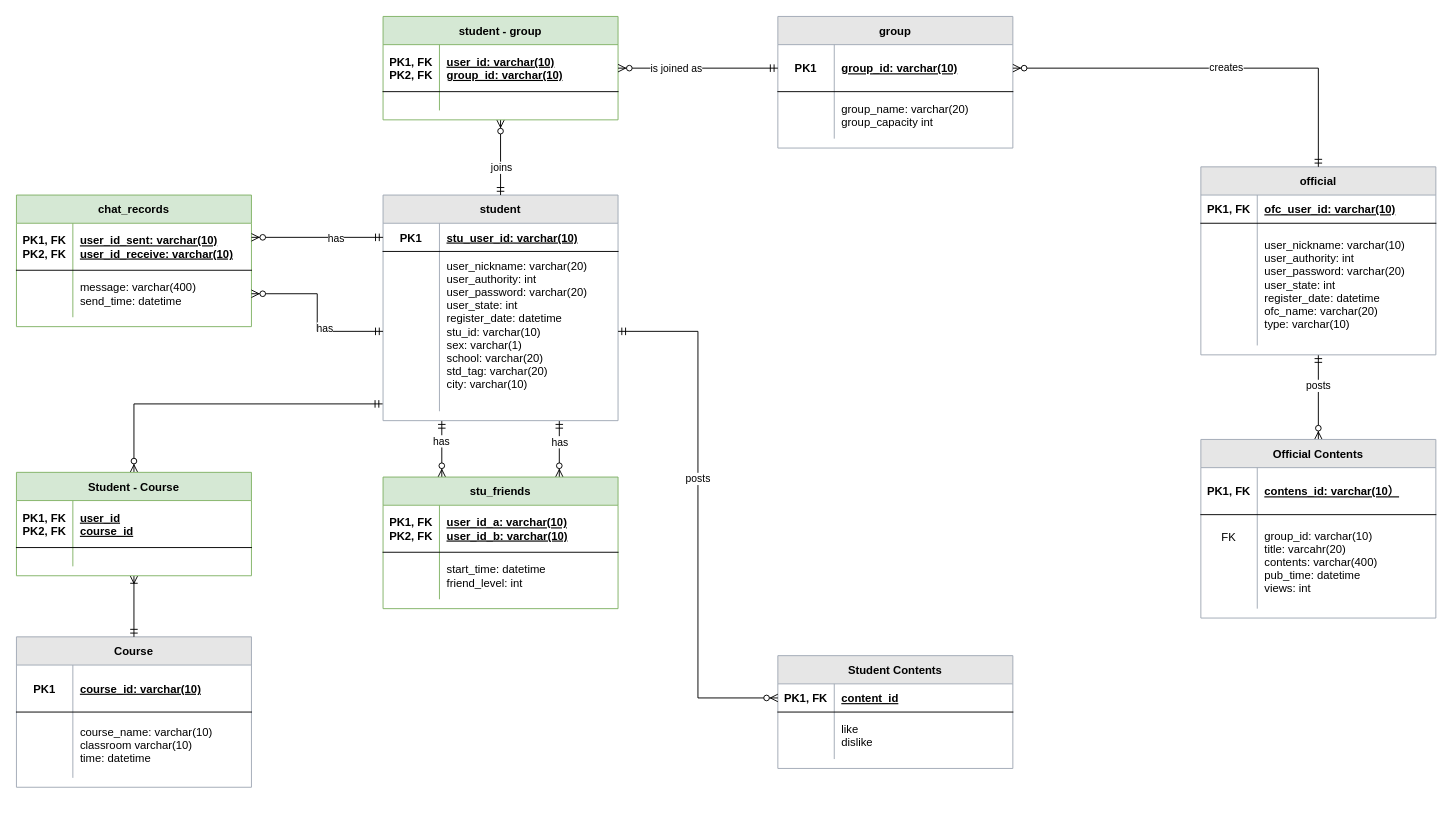
The draw.io diagram Database Schema Diagram.drawio in LeoHolmes416/Code-Symphony, before the edit. Source tidied: cells renumbered, new cells numbered last; positions are measured from the earlier drawing's top-left corner, leaving out a move shared by most shapes. Both pictures are drawn from the tidied source at 94%, with x=0, y=0 at pixel (16, 16).
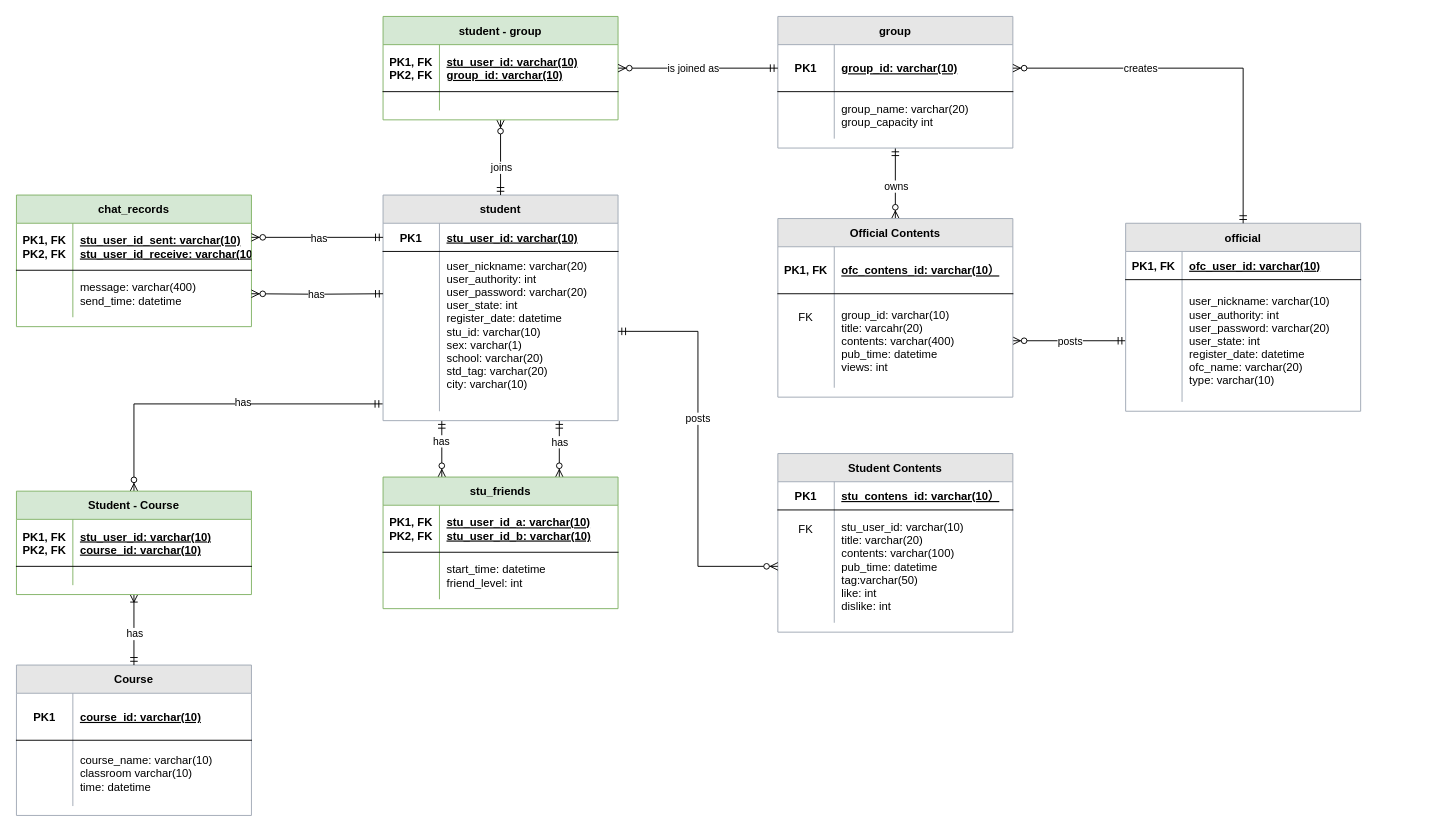
The same page after the edit.

The change refers to these unchanged cells:
```xml
<mxCell id="10" style="shape=partialRectangle;fillColor=none;points=[[0,0.5],[1,0.5]];portConstraint=eastwest;top=0;left=0;right=0;bottom=0;" parent="6" vertex="1">
  <mxGeometry y="60" width="250" height="170" as="geometry" />
</mxCell>
<mxCell id="19" style="shape=partialRectangle;fillColor=none;points=[[0,0.5],[1,0.5]];portConstraint=eastwest;top=0;left=0;right=0;bottom=0;" parent="15" vertex="1">
  <mxGeometry y="60" width="250" height="130" as="geometry" />
</mxCell>
<mxCell id="23" style="shape=partialRectangle;fillColor=none;top=0;left=0;right=0;bottom=1;" parent="22" vertex="1">
  <mxGeometry y="30" width="250" height="50" as="geometry" />
</mxCell>
<mxCell id="29" value="group" style="shape=table;startSize=30;childLayout=tableLayout;rowLines=0;fontStyle=1;align=center;swimlaneFillColor=#ffffff;strokeColor=#A0A9B5;fillColor=#E6E6E6;" parent="1" vertex="1">
  <mxGeometry x="810" width="250" height="140" as="geometry" />
</mxCell>
<mxCell id="37" style="shape=partialRectangle;fillColor=none;points=[[0,0.5],[1,0.5]];portConstraint=eastwest;top=0;left=0;right=0;bottom=1;" parent="36" vertex="1">
  <mxGeometry y="30" width="250" height="30" as="geometry" />
</mxCell>
<mxCell id="44" style="shape=partialRectangle;fillColor=none;top=0;left=0;right=0;bottom=1;" parent="43" vertex="1">
  <mxGeometry y="30" width="250" height="50" as="geometry" />
</mxCell>
<mxCell id="47" style="shape=partialRectangle;fillColor=none;points=[[0,0.5],[1,0.5]];portConstraint=eastwest;top=0;left=0;right=0;bottom=0;" parent="43" vertex="1">
  <mxGeometry y="80" width="250" height="100" as="geometry" />
</mxCell>
<mxCell id="50" style="edgeStyle=orthogonalEdgeStyle;rounded=0;jettySize=auto;html=1;exitX=1;exitY=0.5;exitDx=0;exitDy=0;fontSize=11;startArrow=ERzeroToMany;startFill=1;endArrow=ERmandOne;endFill=0;" parent="1" edge="1" source="30" target="15">
  <mxGeometry relative="1" as="geometry" />
</mxCell>
<mxCell id="55" style="shape=partialRectangle;fillColor=none;points=[[0,0.5],[1,0.5]];portConstraint=eastwest;top=0;left=0;right=0;bottom=1;" parent="54" vertex="1">
  <mxGeometry y="30" width="250" height="50" as="geometry" />
</mxCell>
<mxCell id="61" style="edgeStyle=orthogonalEdgeStyle;rounded=0;jettySize=auto;html=1;exitX=0;exitY=0.5;exitDx=0;exitDy=0;fontSize=11;startArrow=ERmandOne;startFill=0;endArrow=ERzeroToMany;endFill=1;entryX=1;entryY=0.5;entryDx=0;entryDy=0;" parent="1" edge="1" source="30" target="55">
  <mxGeometry relative="1" as="geometry" />
</mxCell>
<mxCell id="64" style="shape=partialRectangle;fillColor=none;top=0;left=0;right=0;bottom=1;" parent="63" vertex="1">
  <mxGeometry y="30" width="250" height="50" as="geometry" />
</mxCell>
<mxCell id="67" style="shape=partialRectangle;fillColor=none;points=[[0,0.5],[1,0.5]];portConstraint=eastwest;top=0;left=0;right=0;bottom=0;" parent="63" vertex="1">
  <mxGeometry y="80" width="250" height="50" as="geometry" />
</mxCell>
<mxCell id="79" style="edgeStyle=orthogonalEdgeStyle;rounded=0;jettySize=auto;html=1;exitX=0;exitY=0.5;exitDx=0;exitDy=0;startArrow=ERmandOne;startFill=0;endArrow=ERzeroToMany;endFill=1;" parent="1" edge="1" source="7">
  <mxGeometry relative="1" as="geometry">
    <mxPoint x="250" y="235" as="targetPoint" />
    <Array as="points">
      <mxPoint x="250" y="235" />
    </Array>
  </mxGeometry>
</mxCell>
<mxCell id="83" style="edgeStyle=orthogonalEdgeStyle;rounded=0;jettySize=auto;html=1;exitX=0.5;exitY=0;exitDx=0;exitDy=0;entryX=-0.002;entryY=0.954;entryDx=0;entryDy=0;entryPerimeter=0;fontSize=12;startArrow=ERzeroToMany;startFill=1;endArrow=ERmandOne;endFill=0;" parent="1" edge="1" source="85" target="10">
  <mxGeometry relative="1" as="geometry" />
</mxCell>
<mxCell id="84" style="edgeStyle=orthogonalEdgeStyle;rounded=0;jettySize=auto;html=1;exitX=0.5;exitY=1;exitDx=0;exitDy=0;fontSize=12;startArrow=ERoneToMany;startFill=0;endArrow=ERmandOne;endFill=0;" parent="1" edge="1" source="85" target="70">
  <mxGeometry relative="1" as="geometry" />
</mxCell>
<mxCell id="86" style="shape=partialRectangle;fillColor=none;top=0;left=0;right=0;bottom=1;" parent="85" vertex="1">
  <mxGeometry y="30" width="250" height="50" as="geometry" />
</mxCell>
```

What changed in the source:
```diff
@@
-    <mxCell id="13" style="edgeStyle=orthogonalEdgeStyle;rounded=0;jettySize=auto;html=1;exitX=0.5;exitY=1;exitDx=0;exitDy=0;entryX=0.5;entryY=0;entryDx=0;entryDy=0;fontSize=11;startArrow=ERmandOne;startFill=0;endArrow=ERzeroToMany;endFill=1;" parent="1" edge="1" source="15" target="43">
+    <mxCell id="13" style="edgeStyle=orthogonalEdgeStyle;rounded=0;jettySize=auto;html=1;exitX=0;exitY=0.5;exitDx=0;exitDy=0;entryX=1;entryY=0.5;entryDx=0;entryDy=0;fontSize=11;startArrow=ERmandOne;startFill=0;endArrow=ERzeroToMany;endFill=1;" parent="1" edge="1" source="19" target="47">
       <mxGeometry relative="1" as="geometry" />
     </mxCell>
-    <mxCell id="14" value="posts" style="edgeLabel;html=1;align=center;verticalAlign=middle;" parent="13" vertex="1">
-      <mxGeometry x="-0.28" y="-1" relative="1" as="geometry" />
-    </mxCell>
+    <mxCell id="92" value="posts" style="edgeLabel;html=1;align=center;verticalAlign=middle;" parent="13" vertex="1">
+      <mxGeometry x="-0.11" relative="1" as="geometry">
+        <mxPoint x="-7" as="offset" />
+      </mxGeometry>
+    </mxCell>
     <mxCell id="15" value="official" style="shape=table;startSize=30;childLayout=tableLayout;rowLines=0;fontStyle=1;align=center;swimlaneFillColor=#ffffff;strokeColor=#A0A9B5;fillColor=#E6E6E6;" parent="1" vertex="1">
-      <mxGeometry x="1260" y="160" width="250" height="200" as="geometry" />
+      <mxGeometry x="1180" y="220" width="250" height="200" as="geometry" />
     </mxCell>
@@
-    <mxCell id="25" value="user_id_a: varchar(10)&#10;user_id_b: varchar(10)" style="shape=partialRectangle;overflow=hidden;fillColor=none;top=0;left=0;bottom=0;right=0;align=left;spacingLeft=6;fontStyle=5;" parent="23" vertex="1">
+    <mxCell id="25" value="stu_user_id_a: varchar(10)&#10;stu_user_id_b: varchar(10)" style="shape=partialRectangle;overflow=hidden;fillColor=none;top=0;left=0;bottom=0;right=0;align=left;spacingLeft=6;fontStyle=5;" parent="23" vertex="1">
       <mxGeometry x="60" width="190" height="50" as="geometry" />
     </mxCell>
@@
+    <mxCell id="93" style="edgeStyle=orthogonalEdgeStyle;rounded=0;jettySize=auto;html=1;exitX=0.5;exitY=1;exitDx=0;exitDy=0;entryX=0.5;entryY=0;entryDx=0;entryDy=0;startArrow=ERmandOne;startFill=0;endArrow=ERzeroToMany;endFill=1;" parent="1" edge="1" source="29" target="43">
+      <mxGeometry relative="1" as="geometry" />
+    </mxCell>
+    <mxCell id="94" value="owns" style="edgeLabel;html=1;align=center;verticalAlign=middle;" parent="93" vertex="1">
+      <mxGeometry x="-0.26" y="-2" relative="1" as="geometry">
+        <mxPoint x="2" y="12" as="offset" />
+      </mxGeometry>
+    </mxCell>
@@
     <mxCell id="36" value="Student Contents" style="shape=table;startSize=30;childLayout=tableLayout;rowLines=0;fontStyle=1;align=center;swimlaneFillColor=#ffffff;strokeColor=#A0A9B5;fillColor=#E6E6E6;" parent="1" vertex="1">
-      <mxGeometry x="810" y="680" width="250" height="120" as="geometry" />
+      <mxGeometry x="810" y="465" width="250" height="190" as="geometry" />
     </mxCell>
@@
-    <mxCell id="38" value="PK1, FK" style="shape=partialRectangle;overflow=hidden;fillColor=none;top=0;left=0;bottom=0;right=0;fontStyle=1;" parent="37" vertex="1">
+    <mxCell id="38" value="PK1" style="shape=partialRectangle;overflow=hidden;fillColor=none;top=0;left=0;bottom=0;right=0;fontStyle=1;" parent="37" vertex="1">
       <mxGeometry width="60" height="30" as="geometry" />
     </mxCell>
-    <mxCell id="39" value="content_id" style="shape=partialRectangle;overflow=hidden;fillColor=none;top=0;left=0;bottom=0;right=0;align=left;spacingLeft=6;fontStyle=5;" parent="37" vertex="1">
+    <mxCell id="39" value="stu_contens_id: varchar(10）" style="shape=partialRectangle;overflow=hidden;fillColor=none;top=0;left=0;bottom=0;right=0;align=left;spacingLeft=6;fontStyle=5;" parent="37" vertex="1">
       <mxGeometry x="60" width="190" height="30" as="geometry" />
     </mxCell>
     <mxCell id="40" style="shape=partialRectangle;fillColor=none;points=[[0,0.5],[1,0.5]];portConstraint=eastwest;top=0;left=0;right=0;bottom=0;" parent="36" vertex="1">
-      <mxGeometry y="60" width="250" height="50" as="geometry" />
+      <mxGeometry y="60" width="250" height="120" as="geometry" />
     </mxCell>
-    <mxCell id="41" style="shape=partialRectangle;overflow=hidden;fillColor=none;top=0;left=0;bottom=0;right=0;" parent="40" vertex="1">
-      <mxGeometry width="60" height="50" as="geometry" />
+    <mxCell id="41" value="FK" style="shape=partialRectangle;overflow=hidden;fillColor=none;top=0;left=0;bottom=0;right=0;spacingTop=-79;" parent="40" vertex="1">
+      <mxGeometry width="60" height="120" as="geometry" />
     </mxCell>
-    <mxCell id="42" value="like&#10;dislike" style="shape=partialRectangle;overflow=hidden;fillColor=none;top=0;left=0;bottom=0;right=0;align=left;spacingLeft=6;" parent="40" vertex="1">
-      <mxGeometry x="60" width="190" height="50" as="geometry" />
+    <mxCell id="42" value="stu_user_id: varchar(10)&#10;title: varchar(20)&#10;contents: varchar(100)&#10;pub_time: datetime&#10;tag:varchar(50)&#10;like: int&#10;dislike: int" style="shape=partialRectangle;overflow=hidden;fillColor=none;top=0;left=0;bottom=0;right=0;align=left;spacingLeft=6;" parent="40" vertex="1">
+      <mxGeometry x="60" width="190" height="120" as="geometry" />
     </mxCell>
     <mxCell id="43" value="Official Contents" style="shape=table;startSize=30;childLayout=tableLayout;rowLines=0;fontStyle=1;align=center;swimlaneFillColor=#ffffff;strokeColor=#A0A9B5;fillColor=#E6E6E6;" parent="1" vertex="1">
-      <mxGeometry x="1260" y="450" width="250" height="190" as="geometry" />
+      <mxGeometry x="810" y="215" width="250" height="190" as="geometry" />
     </mxCell>
@@
-    <mxCell id="46" value="contens_id: varchar(10）" style="shape=partialRectangle;overflow=hidden;fillColor=none;top=0;left=0;bottom=0;right=0;align=left;spacingLeft=6;fontStyle=5;" parent="44" vertex="1">
+    <mxCell id="46" value="ofc_contens_id: varchar(10）" style="shape=partialRectangle;overflow=hidden;fillColor=none;top=0;left=0;bottom=0;right=0;align=left;spacingLeft=6;fontStyle=5;" parent="44" vertex="1">
       <mxGeometry x="60" width="190" height="50" as="geometry" />
     </mxCell>
@@
-    <mxCell id="48" value="FK" style="shape=partialRectangle;overflow=hidden;fillColor=none;top=0;left=0;bottom=0;right=0;verticalAlign=top;spacingTop=10;" parent="47" vertex="1">
+    <mxCell id="48" value="FK" style="shape=partialRectangle;overflow=hidden;fillColor=none;top=0;left=0;bottom=0;right=0;verticalAlign=top;spacingTop=11;" parent="47" vertex="1">
       <mxGeometry width="60" height="100" as="geometry" />
     </mxCell>
@@
     <mxCell id="51" value="creates" style="edgeLabel;html=1;align=center;verticalAlign=middle;" parent="50" vertex="1">
-      <mxGeometry x="0.05" y="1" relative="1" as="geometry" />
+      <mxGeometry x="0.05" y="1" relative="1" as="geometry">
+        <mxPoint x="-80" y="1" as="offset" />
+      </mxGeometry>
     </mxCell>
@@
-    <mxCell id="57" value="user_id: varchar(10)&#10;group_id: varchar(10)" style="shape=partialRectangle;overflow=hidden;fillColor=none;top=0;left=0;bottom=0;right=0;align=left;spacingLeft=6;fontStyle=5;" parent="55" vertex="1">
+    <mxCell id="57" value="stu_user_id: varchar(10)&#10;group_id: varchar(10)" style="shape=partialRectangle;overflow=hidden;fillColor=none;top=0;left=0;bottom=0;right=0;align=left;spacingLeft=6;fontStyle=5;" parent="55" vertex="1">
       <mxGeometry x="60" width="190" height="50" as="geometry" />
     </mxCell>
@@
     <mxCell id="62" value="is joined as" style="edgeLabel;html=1;align=center;verticalAlign=middle;" parent="61" vertex="1">
-      <mxGeometry x="0.28" relative="1" as="geometry" />
+      <mxGeometry x="0.28" relative="1" as="geometry">
+        <mxPoint x="18" as="offset" />
+      </mxGeometry>
     </mxCell>
@@
-    <mxCell id="66" value="user_id_sent: varchar(10)&#10;user_id_receive: varchar(10)" style="shape=partialRectangle;overflow=hidden;fillColor=none;top=0;left=0;bottom=0;right=0;align=left;spacingLeft=6;fontStyle=5;" parent="64" vertex="1">
+    <mxCell id="66" value="stu_user_id_sent: varchar(10)&#10;stu_user_id_receive: varchar(10)" style="shape=partialRectangle;overflow=hidden;fillColor=none;top=0;left=0;bottom=0;right=0;align=left;spacingLeft=6;fontStyle=5;" parent="64" vertex="1">
       <mxGeometry x="60" width="190" height="50" as="geometry" />
     </mxCell>
@@
     <mxCell id="70" value="Course" style="shape=table;startSize=30;childLayout=tableLayout;rowLines=0;fontStyle=1;align=center;swimlaneFillColor=#ffffff;strokeColor=#A0A9B5;fillColor=#E6E6E6;" parent="1" vertex="1">
-      <mxGeometry y="660" width="250" height="160" as="geometry" />
+      <mxGeometry y="690" width="250" height="160" as="geometry" />
     </mxCell>
@@
-    <mxCell id="77" style="edgeStyle=orthogonalEdgeStyle;rounded=0;jettySize=auto;html=1;exitX=0;exitY=0.5;exitDx=0;exitDy=0;entryX=1;entryY=0.5;entryDx=0;entryDy=0;startArrow=ERmandOne;startFill=0;endArrow=ERzeroToMany;endFill=1;" parent="1" edge="1" source="10" target="67">
-      <mxGeometry relative="1" as="geometry" />
+    <mxCell id="77" style="edgeStyle=orthogonalEdgeStyle;rounded=0;jettySize=auto;html=1;entryX=1;entryY=0.5;entryDx=0;entryDy=0;startArrow=ERmandOne;startFill=0;endArrow=ERzeroToMany;endFill=1;" parent="1" edge="1" target="67">
+      <mxGeometry relative="1" as="geometry">
+        <mxPoint x="390" y="295" as="sourcePoint" />
+      </mxGeometry>
     </mxCell>
     <mxCell id="78" value="has" style="edgeLabel;html=1;align=center;verticalAlign=middle;" parent="77" vertex="1">
-      <mxGeometry x="-0.3" y="-4" relative="1" as="geometry" />
+      <mxGeometry x="-0.3" y="-4" relative="1" as="geometry">
+        <mxPoint x="-22" y="4" as="offset" />
+      </mxGeometry>
     </mxCell>
@@
     <mxCell id="80" value="has" style="edgeLabel;html=1;align=center;verticalAlign=middle;" parent="79" vertex="1">
-      <mxGeometry x="-0.27" relative="1" as="geometry" />
+      <mxGeometry x="-0.27" relative="1" as="geometry">
+        <mxPoint x="-18" as="offset" />
+      </mxGeometry>
     </mxCell>
-    <mxCell id="81" style="edgeStyle=orthogonalEdgeStyle;rounded=0;jettySize=auto;html=1;exitX=1;exitY=0.5;exitDx=0;exitDy=0;entryX=0;entryY=0.5;entryDx=0;entryDy=0;startArrow=ERmandOne;startFill=0;endArrow=ERzeroToMany;endFill=1;" parent="1" edge="1" source="10" target="37">
-      <mxGeometry relative="1" as="geometry" />
-    </mxCell>
-    <mxCell id="82" value="posts" style="edgeLabel;html=1;align=center;verticalAlign=middle;" parent="81" vertex="1">
-      <mxGeometry x="-0.14" y="-1" relative="1" as="geometry" />
-    </mxCell>
@@
+    <mxCell id="95" value="has" style="edgeLabel;html=1;align=center;verticalAlign=middle;" parent="83" vertex="1">
+      <mxGeometry x="-0.06" y="1" relative="1" as="geometry">
+        <mxPoint x="40" y="-1" as="offset" />
+      </mxGeometry>
+    </mxCell>
@@
+    <mxCell id="96" value="has" style="edgeLabel;html=1;align=center;verticalAlign=middle;" parent="84" vertex="1">
+      <mxGeometry x="0.28" y="-1" relative="1" as="geometry">
+        <mxPoint x="1" y="-7" as="offset" />
+      </mxGeometry>
+    </mxCell>
     <mxCell id="85" value="Student - Course" style="shape=table;startSize=30;childLayout=tableLayout;rowLines=0;fontStyle=1;align=center;swimlaneFillColor=#ffffff;strokeColor=#82b366;fillColor=#d5e8d4;" parent="1" vertex="1">
-      <mxGeometry y="485" width="250" height="110" as="geometry" />
+      <mxGeometry y="505" width="250" height="110" as="geometry" />
     </mxCell>
@@
-    <mxCell id="88" value="user_id&#10;course_id" style="shape=partialRectangle;overflow=hidden;fillColor=none;top=0;left=0;bottom=0;right=0;align=left;spacingLeft=6;fontStyle=5;" parent="86" vertex="1">
+    <mxCell id="88" value="stu_user_id: varchar(10)&#10;course_id: varchar(10)" style="shape=partialRectangle;overflow=hidden;fillColor=none;top=0;left=0;bottom=0;right=0;align=left;spacingLeft=6;fontStyle=5;" parent="86" vertex="1">
       <mxGeometry x="60" width="190" height="50" as="geometry" />
     </mxCell>
@@
+    <mxCell id="97" style="edgeStyle=orthogonalEdgeStyle;rounded=0;jettySize=auto;html=1;exitX=1;exitY=0.5;exitDx=0;exitDy=0;startArrow=ERmandOne;startFill=0;endArrow=ERzeroToMany;endFill=1;" parent="1" edge="1" source="10" target="40">
+      <mxGeometry relative="1" as="geometry" />
+    </mxCell>
+    <mxCell id="98" value="posts" style="edgeLabel;html=1;align=center;verticalAlign=middle;" parent="97" vertex="1">
+      <mxGeometry x="-0.16" y="-1" relative="1" as="geometry">
+        <mxPoint y="1" as="offset" />
+      </mxGeometry>
+    </mxCell>
```
